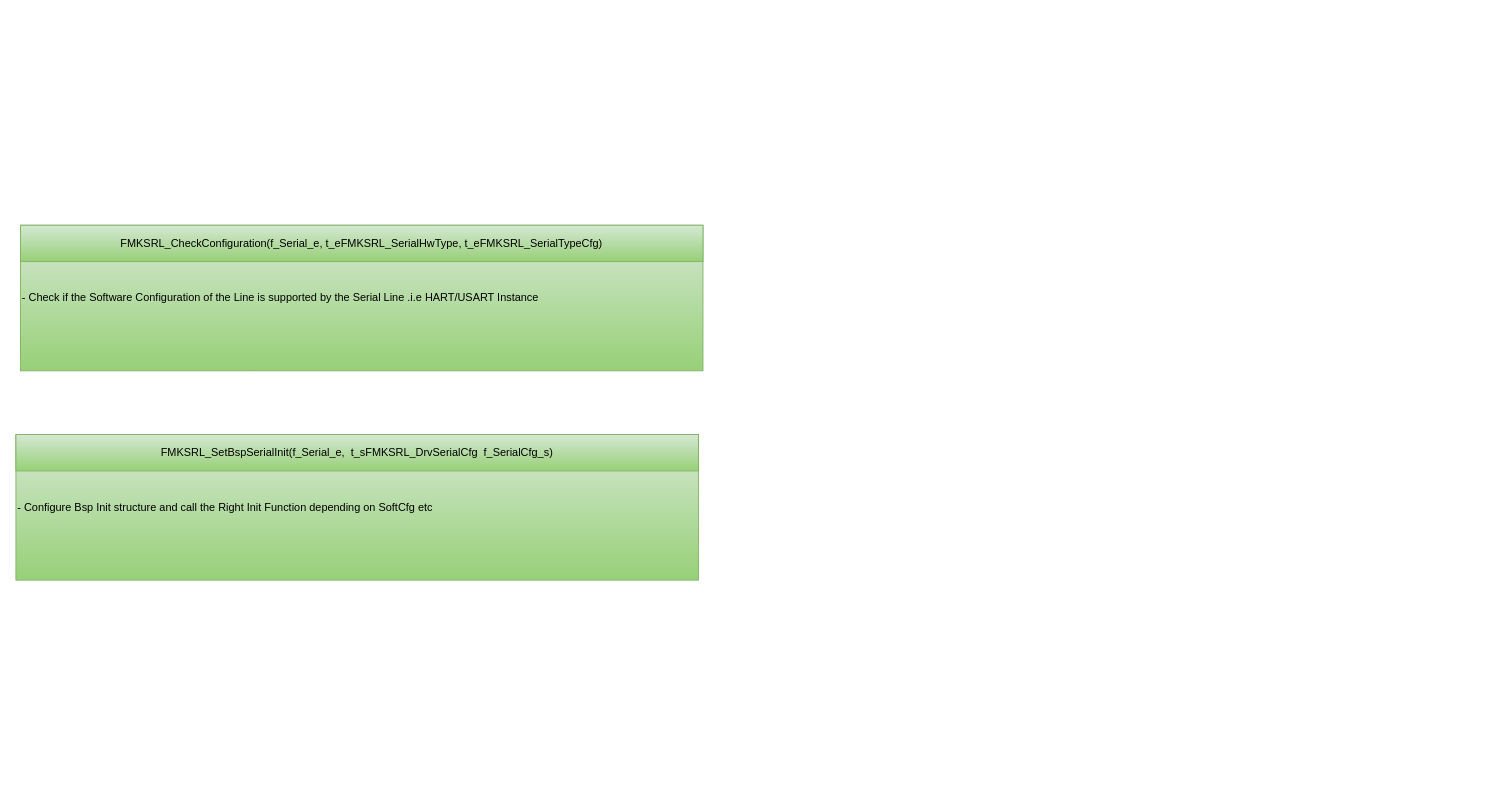
The draw.io diagram page "sAPI" (3 of 14) of src/1_FMK/FMK_HAL/FMK_SRL/Doc/Design/SerialDesign.drawio in mbarbeau0545/PickersRobotPOC, before the edit. Source tidied: cells renumbered, new cells numbered last; positions are measured from the earlier drawing's top-left corner, leaving out a move shared by most shapes. Both pictures are drawn from the tidied source at 91%, with x=0, y=0 at pixel (15, 225).
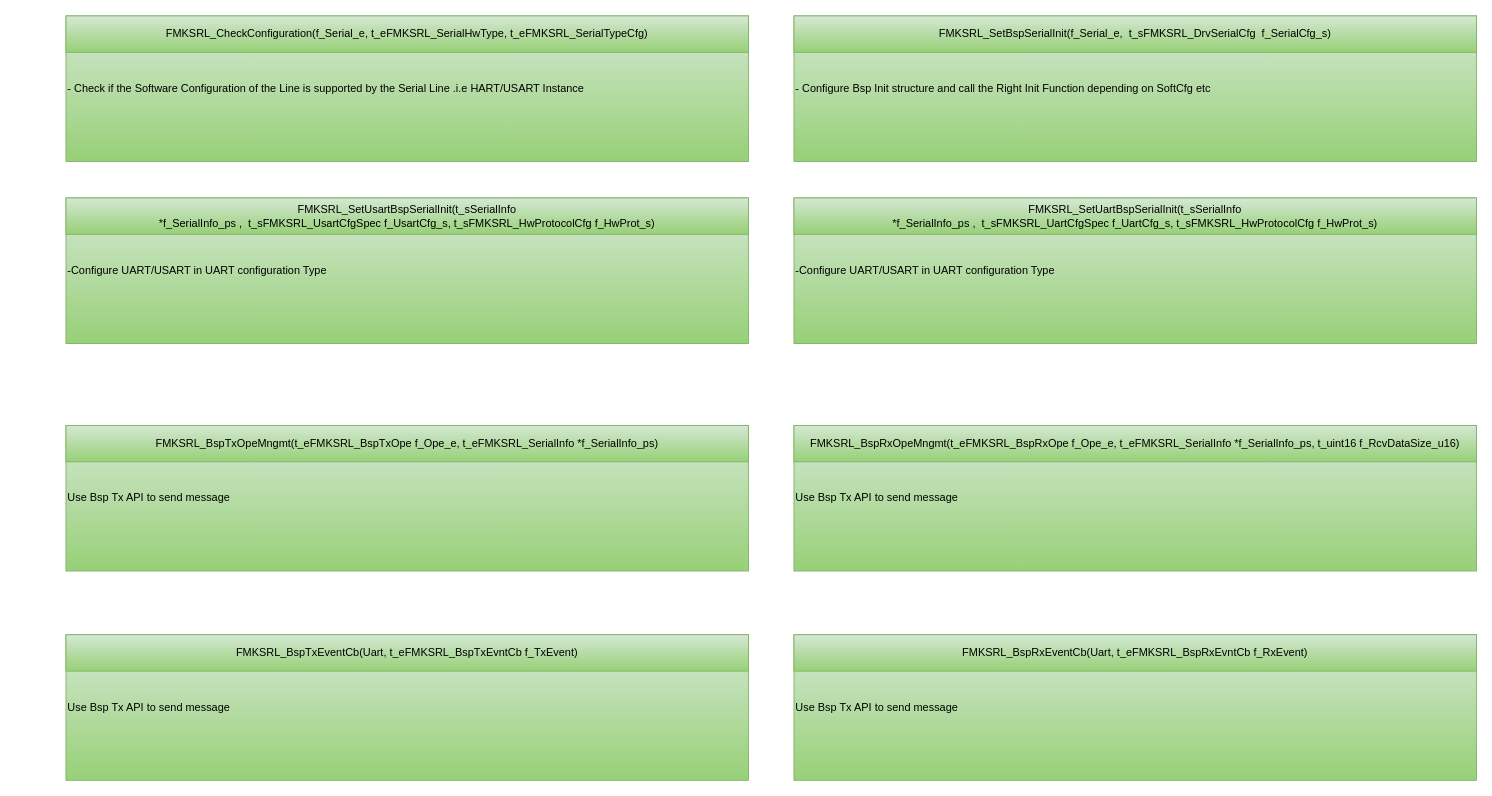
Above is the later version.

Change to the diagram source:
```diff
@@
     <mxCell id="2" style="group;fontSize=12;" parent="1" vertex="1">
-      <mxGeometry x="5" width="750" height="160" as="geometry" />
+      <mxGeometry x="55" y="-230" width="750" height="160" as="geometry" />
     </mxCell>
@@
     <mxCell id="5" style="group;fontSize=12;" parent="1" vertex="1">
-      <mxGeometry y="230" width="750" height="160" as="geometry" />
+      <mxGeometry x="855" y="-230" width="750" height="160" as="geometry" />
     </mxCell>
@@
+    <mxCell id="8" style="group;fontSize=12;" parent="1" vertex="1">
+      <mxGeometry x="855" y="-30" width="750" height="160" as="geometry" />
+    </mxCell>
+    <mxCell id="9" value="&lt;div style=&quot;font-size: 12px;&quot;&gt;&lt;div style=&quot;font-size: 12px;&quot;&gt;&lt;span style=&quot;text-wrap: nowrap;&quot;&gt;-Configure UART/USART in UART configuration Type&lt;/span&gt;&lt;/div&gt;&lt;/div&gt;" style="rounded=0;whiteSpace=wrap;html=1;fillColor=#d5e8d4;gradientColor=#97d077;strokeColor=#82b366;fontColor=#000000;align=left;fontSize=12;" parent="8" vertex="1">
+      <mxGeometry width="750" height="160" as="geometry" />
+    </mxCell>
+    <mxCell id="10" value="FMKSRL_SetUartBspSerialInit(t_sSerialInfo *f_SerialInfo_ps&lt;span style=&quot;background-color: initial;&quot;&gt;&amp;nbsp;,&amp;nbsp;&lt;/span&gt;&lt;span style=&quot;background-color: initial;&quot;&gt;&amp;nbsp;&lt;/span&gt;t_sFMKSRL_UartCfgSpec&amp;nbsp;&lt;span style=&quot;text-wrap: nowrap; background-color: initial; text-align: left;&quot;&gt;f_UartCfg_s,&amp;nbsp;&lt;/span&gt;t_sFMKSRL_HwProtocolCfg&amp;nbsp;f_HwProt_s&lt;span style=&quot;background-color: initial;&quot;&gt;)&lt;/span&gt;" style="rounded=0;whiteSpace=wrap;html=1;fillColor=#d5e8d4;gradientColor=#97d077;strokeColor=#82b366;fontColor=#000000;fontSize=12;" parent="8" vertex="1">
+      <mxGeometry width="750" height="40" as="geometry" />
+    </mxCell>
+    <mxCell id="11" style="group;fontSize=12;" parent="1" vertex="1">
+      <mxGeometry x="55" y="-30" width="750" height="160" as="geometry" />
+    </mxCell>
+    <mxCell id="12" value="&lt;div style=&quot;font-size: 12px;&quot;&gt;&lt;div style=&quot;font-size: 12px;&quot;&gt;&lt;span style=&quot;text-wrap: nowrap;&quot;&gt;-Configure UART/USART in UART configuration Type&lt;/span&gt;&lt;/div&gt;&lt;/div&gt;" style="rounded=0;whiteSpace=wrap;html=1;fillColor=#d5e8d4;gradientColor=#97d077;strokeColor=#82b366;fontColor=#000000;align=left;fontSize=12;" parent="11" vertex="1">
+      <mxGeometry width="750" height="160" as="geometry" />
+    </mxCell>
+    <mxCell id="13" value="FMKSRL_SetUsartBspSerialInit(t_sSerialInfo *f_SerialInfo_ps&lt;span style=&quot;background-color: initial;&quot;&gt;&amp;nbsp;,&amp;nbsp;&lt;/span&gt;&lt;span style=&quot;background-color: initial;&quot;&gt;&amp;nbsp;&lt;/span&gt;t_sFMKSRL_UsartCfgSpec&amp;nbsp;&lt;span style=&quot;text-wrap: nowrap; background-color: initial; text-align: left;&quot;&gt;f_UsartCfg_s,&amp;nbsp;&lt;/span&gt;t_sFMKSRL_HwProtocolCfg&amp;nbsp;f_HwProt_s&lt;span style=&quot;background-color: initial;&quot;&gt;)&lt;/span&gt;" style="rounded=0;whiteSpace=wrap;html=1;fillColor=#d5e8d4;gradientColor=#97d077;strokeColor=#82b366;fontColor=#000000;fontSize=12;" parent="11" vertex="1">
+      <mxGeometry width="750" height="40" as="geometry" />
+    </mxCell>
+    <mxCell id="14" style="group;fontSize=12;" parent="1" vertex="1">
+      <mxGeometry x="55" y="220" width="750" height="160" as="geometry" />
+    </mxCell>
+    <mxCell id="15" value="&lt;div style=&quot;font-size: 12px;&quot;&gt;&lt;div style=&quot;font-size: 12px;&quot;&gt;&lt;span style=&quot;text-wrap: nowrap;&quot;&gt;Use Bsp Tx API to send message&lt;/span&gt;&lt;/div&gt;&lt;/div&gt;" style="rounded=0;whiteSpace=wrap;html=1;fillColor=#d5e8d4;gradientColor=#97d077;strokeColor=#82b366;fontColor=#000000;align=left;fontSize=12;" parent="14" vertex="1">
+      <mxGeometry width="750" height="160" as="geometry" />
+    </mxCell>
+    <mxCell id="16" value="FMKSRL_BspTxOpeMngmt(t_eFMKSRL_BspTxOpe f_Ope_e, t_eFMKSRL_SerialInfo *f_SerialInfo_ps)" style="rounded=0;whiteSpace=wrap;html=1;fillColor=#d5e8d4;gradientColor=#97d077;strokeColor=#82b366;fontColor=#000000;fontSize=12;" parent="14" vertex="1">
+      <mxGeometry width="750" height="40" as="geometry" />
+    </mxCell>
+    <mxCell id="17" style="group;fontSize=12;" parent="1" vertex="1">
+      <mxGeometry x="855" y="220" width="750" height="160" as="geometry" />
+    </mxCell>
+    <mxCell id="18" value="&lt;div style=&quot;font-size: 12px;&quot;&gt;&lt;div style=&quot;font-size: 12px;&quot;&gt;&lt;span style=&quot;text-wrap: nowrap;&quot;&gt;Use Bsp Tx API to send message&lt;/span&gt;&lt;/div&gt;&lt;/div&gt;" style="rounded=0;whiteSpace=wrap;html=1;fillColor=#d5e8d4;gradientColor=#97d077;strokeColor=#82b366;fontColor=#000000;align=left;fontSize=12;" parent="17" vertex="1">
+      <mxGeometry width="750" height="160" as="geometry" />
+    </mxCell>
+    <mxCell id="19" value="FMKSRL_BspRxOpeMngmt(t_eFMKSRL_BspRxOpe f_Ope_e, t_eFMKSRL_SerialInfo *f_SerialInfo_ps, t_uint16 f_RcvDataSize_u16)" style="rounded=0;whiteSpace=wrap;html=1;fillColor=#d5e8d4;gradientColor=#97d077;strokeColor=#82b366;fontColor=#000000;fontSize=12;" parent="17" vertex="1">
+      <mxGeometry width="750" height="40" as="geometry" />
+    </mxCell>
+    <mxCell id="20" style="group;fontSize=12;" parent="1" vertex="1">
+      <mxGeometry x="55" y="450" width="750" height="160" as="geometry" />
+    </mxCell>
+    <mxCell id="21" value="&lt;div style=&quot;font-size: 12px;&quot;&gt;&lt;div style=&quot;font-size: 12px;&quot;&gt;&lt;span style=&quot;text-wrap: nowrap;&quot;&gt;Use Bsp Tx API to send message&lt;/span&gt;&lt;/div&gt;&lt;/div&gt;" style="rounded=0;whiteSpace=wrap;html=1;fillColor=#d5e8d4;gradientColor=#97d077;strokeColor=#82b366;fontColor=#000000;align=left;fontSize=12;" parent="20" vertex="1">
+      <mxGeometry width="750" height="160" as="geometry" />
+    </mxCell>
+    <mxCell id="22" value="FMKSRL_BspTxEventCb(Uart, t_eFMKSRL_BspTxEvntCb f_TxEvent)" style="rounded=0;whiteSpace=wrap;html=1;fillColor=#d5e8d4;gradientColor=#97d077;strokeColor=#82b366;fontColor=#000000;fontSize=12;" parent="20" vertex="1">
+      <mxGeometry width="750" height="40" as="geometry" />
+    </mxCell>
+    <mxCell id="23" style="group;fontSize=12;" parent="1" vertex="1">
+      <mxGeometry x="855" y="450" width="750" height="160" as="geometry" />
+    </mxCell>
+    <mxCell id="24" value="&lt;div style=&quot;font-size: 12px;&quot;&gt;&lt;div style=&quot;font-size: 12px;&quot;&gt;&lt;span style=&quot;text-wrap: nowrap;&quot;&gt;Use Bsp Tx API to send message&lt;/span&gt;&lt;/div&gt;&lt;/div&gt;" style="rounded=0;whiteSpace=wrap;html=1;fillColor=#d5e8d4;gradientColor=#97d077;strokeColor=#82b366;fontColor=#000000;align=left;fontSize=12;" parent="23" vertex="1">
+      <mxGeometry width="750" height="160" as="geometry" />
+    </mxCell>
+    <mxCell id="25" value="FMKSRL_BspRxEventCb(Uart, t_eFMKSRL_BspRxEvntCb f_RxEvent)" style="rounded=0;whiteSpace=wrap;html=1;fillColor=#d5e8d4;gradientColor=#97d077;strokeColor=#82b366;fontColor=#000000;fontSize=12;" parent="23" vertex="1">
+      <mxGeometry width="750" height="40" as="geometry" />
+    </mxCell>
```
